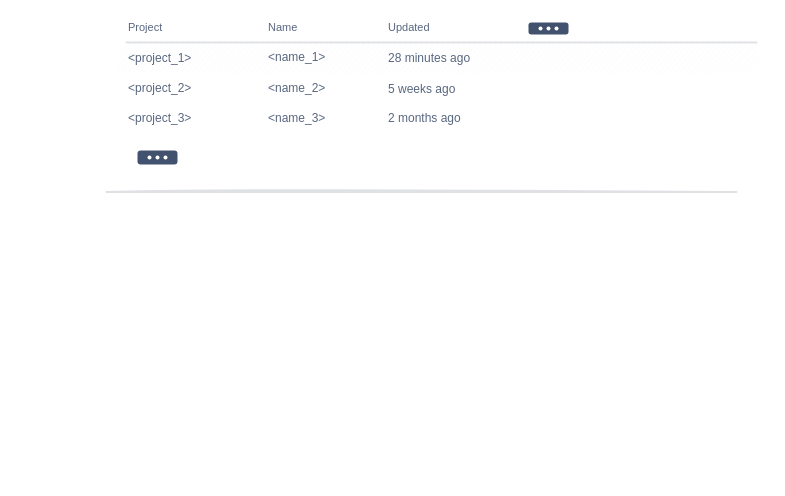
elghazi/drawings keeps this draw.io diagram as EsyDB/Untitled Diagram.drawio. Above is the earlier version. Source tidied: cells renumbered, new cells numbered last; positions are measured from the earlier drawing's top-left corner, leaving out a move shared by most shapes. Both pictures are drawn from the tidied source at 100%, with x=0, y=0 at pixel (106, 17).
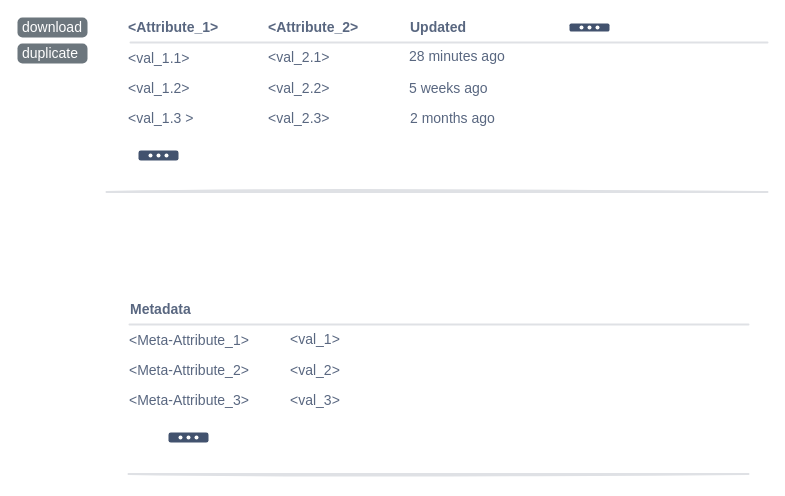
After the change.

The edit, as a diff of the source:
```diff
@@
-    <mxCell id="2" value="Project" style="html=1;fillColor=none;strokeColor=none;fontSize=11;align=left;fontColor=#596780;whiteSpace=wrap;sketch=1;hachureGap=4;fontFamily=Helvetica;" parent="1" vertex="1">
-      <mxGeometry x="20" width="150" height="20" as="geometry" />
+    <mxCell id="2" value="&amp;lt;Attribute_1&amp;gt;" style="html=1;fillColor=none;strokeColor=none;fontSize=14;align=left;fontColor=#596780;whiteSpace=wrap;sketch=1;hachureGap=4;fontFamily=Helvetica;fontStyle=1;" parent="1" vertex="1">
+      <mxGeometry x="20" width="100" height="20" as="geometry" />
     </mxCell>
-    <mxCell id="3" value="Name" style="html=1;fillColor=none;strokeColor=none;fontSize=11;align=left;fontColor=#596780;whiteSpace=wrap;sketch=1;hachureGap=4;fontFamily=Helvetica;" parent="1" vertex="1">
-      <mxGeometry x="160" width="40" height="20" as="geometry" />
-    </mxCell>
-    <mxCell id="4" value="Updated" style="html=1;fillColor=none;strokeColor=none;fontSize=11;align=left;fontColor=#596780;whiteSpace=wrap;sketch=1;hachureGap=4;fontFamily=Helvetica;" parent="1" vertex="1">
-      <mxGeometry x="280" width="90" height="20" as="geometry" />
+    <mxCell id="4" value="Updated" style="html=1;fillColor=none;strokeColor=none;fontSize=14;align=left;fontColor=#596780;whiteSpace=wrap;sketch=1;hachureGap=4;fontFamily=Helvetica;fontStyle=1;" parent="1" vertex="1">
+      <mxGeometry x="302" width="90" height="20" as="geometry" />
     </mxCell>
-    <mxCell id="5" style="shape=line;strokeWidth=2;html=1;strokeColor=#DFE1E5;sketch=1;hachureGap=4;fontFamily=Helvetica;fontSize=20;" parent="1" vertex="1">
-      <mxGeometry x="20" y="20" width="630" height="10" as="geometry" />
+    <mxCell id="5" style="shape=line;strokeWidth=2;html=1;strokeColor=#DFE1E5;sketch=1;hachureGap=4;fontFamily=Helvetica;fontSize=14;" parent="1" vertex="1">
+      <mxGeometry x="24" y="20" width="637" height="10" as="geometry" />
     </mxCell>
-    <mxCell id="6" style="strokeColor=none;fillColor=#FAFBFC;html=1;sketch=1;hachureGap=4;fontFamily=Helvetica;fontSize=20;" parent="1" vertex="1">
-      <mxGeometry x="10" y="26" width="640" height="30" as="geometry" />
-    </mxCell>
-    <mxCell id="7" value="&amp;lt;project_1&amp;gt;" style="strokeColor=none;fillColor=none;fontSize=12;fontColor=#596780;align=left;html=1;sketch=1;hachureGap=4;fontFamily=Helvetica;" parent="1" vertex="1">
+    <mxCell id="7" value="&amp;lt;val_1.1&amp;gt;" style="strokeColor=none;fillColor=none;fontSize=14;fontColor=#596780;align=left;html=1;sketch=1;hachureGap=4;fontFamily=Helvetica;" parent="1" vertex="1">
       <mxGeometry x="20" y="31" width="100" height="20" as="geometry" />
     </mxCell>
-    <mxCell id="8" value="28 minutes ago" style="strokeColor=none;fillColor=none;fontSize=12;fontColor=#596780;align=left;html=1;sketch=1;hachureGap=4;fontFamily=Helvetica;" parent="1" vertex="1">
-      <mxGeometry x="280" y="31" width="80" height="20" as="geometry" />
+    <mxCell id="8" value="28 minutes ago" style="strokeColor=none;fillColor=none;fontSize=14;fontColor=#596780;align=left;html=1;sketch=1;hachureGap=4;fontFamily=Helvetica;" parent="1" vertex="1">
+      <mxGeometry x="301" y="30" width="80" height="18" as="geometry" />
     </mxCell>
-    <mxCell id="9" value="&amp;lt;project_2&amp;gt;" style="strokeColor=none;fillColor=none;fontSize=12;fontColor=#596780;align=left;html=1;sketch=1;hachureGap=4;fontFamily=Helvetica;" parent="1" vertex="1">
+    <mxCell id="9" value="&amp;lt;val_1.2&amp;gt;" style="strokeColor=none;fillColor=none;fontSize=14;fontColor=#596780;align=left;html=1;sketch=1;hachureGap=4;fontFamily=Helvetica;" parent="1" vertex="1">
       <mxGeometry x="20" y="61" width="100" height="20" as="geometry" />
     </mxCell>
-    <mxCell id="10" value="5 weeks ago" style="strokeColor=none;fillColor=none;fontSize=12;fontColor=#596780;align=left;html=1;sketch=1;hachureGap=4;fontFamily=Helvetica;" parent="1" vertex="1">
-      <mxGeometry x="280" y="62" width="80" height="20" as="geometry" />
+    <mxCell id="10" value="5 weeks ago" style="strokeColor=none;fillColor=none;fontSize=14;fontColor=#596780;align=left;html=1;sketch=1;hachureGap=4;fontFamily=Helvetica;" parent="1" vertex="1">
+      <mxGeometry x="301" y="61" width="80" height="20" as="geometry" />
     </mxCell>
-    <mxCell id="11" value="&amp;lt;project_3&amp;gt;" style="strokeColor=none;fillColor=none;fontSize=12;fontColor=#596780;align=left;html=1;sketch=1;hachureGap=4;fontFamily=Helvetica;" parent="1" vertex="1">
+    <mxCell id="11" value="&amp;lt;val_1.3&lt;span style=&quot;white-space: pre; font-size: 14px;&quot;&gt; &lt;/span&gt;&amp;gt;" style="strokeColor=none;fillColor=none;fontSize=14;fontColor=#596780;align=left;html=1;sketch=1;hachureGap=4;fontFamily=Helvetica;" parent="1" vertex="1">
       <mxGeometry x="20" y="91" width="100" height="20" as="geometry" />
     </mxCell>
-    <mxCell id="12" value="2 months ago" style="strokeColor=none;fillColor=none;fontSize=12;fontColor=#596780;align=left;html=1;sketch=1;hachureGap=4;fontFamily=Helvetica;" parent="1" vertex="1">
-      <mxGeometry x="280" y="91" width="80" height="20" as="geometry" />
+    <mxCell id="12" value="2 months ago" style="strokeColor=none;fillColor=none;fontSize=14;fontColor=#596780;align=left;html=1;sketch=1;hachureGap=4;fontFamily=Helvetica;" parent="1" vertex="1">
+      <mxGeometry x="302" y="91" width="80" height="20" as="geometry" />
     </mxCell>
-    <mxCell id="13" style="shape=line;strokeWidth=2;html=1;strokeColor=#DFE1E5;sketch=1;hachureGap=4;fontFamily=Helvetica;fontSize=20;" parent="1" vertex="1">
-      <mxGeometry y="170" width="630" height="9" as="geometry" />
+    <mxCell id="13" style="shape=line;strokeWidth=2;html=1;strokeColor=#DFE1E5;sketch=1;hachureGap=4;fontFamily=Helvetica;fontSize=14;" parent="1" vertex="1">
+      <mxGeometry y="170" width="661" height="9" as="geometry" />
     </mxCell>
-    <mxCell id="14" value="&amp;lt;name_1&amp;gt;" style="strokeColor=none;fillColor=none;fontSize=12;fontColor=#596780;align=left;html=1;sketch=1;hachureGap=4;fontFamily=Helvetica;" parent="1" vertex="1">
+    <mxCell id="14" value="&amp;lt;val_2.1&amp;gt;" style="strokeColor=none;fillColor=none;fontSize=14;fontColor=#596780;align=left;html=1;sketch=1;hachureGap=4;fontFamily=Helvetica;" parent="1" vertex="1">
       <mxGeometry x="160" y="30" width="100" height="20" as="geometry" />
     </mxCell>
-    <mxCell id="15" value="&amp;lt;name_2&amp;gt;" style="strokeColor=none;fillColor=none;fontSize=12;fontColor=#596780;align=left;html=1;sketch=1;hachureGap=4;fontFamily=Helvetica;" parent="1" vertex="1">
+    <mxCell id="15" value="&amp;lt;val_2.2&amp;gt;" style="strokeColor=none;fillColor=none;fontSize=14;fontColor=#596780;align=left;html=1;sketch=1;hachureGap=4;fontFamily=Helvetica;" parent="1" vertex="1">
       <mxGeometry x="160" y="61" width="100" height="20" as="geometry" />
     </mxCell>
-    <mxCell id="16" value="&amp;lt;name_3&amp;gt;" style="strokeColor=none;fillColor=none;fontSize=12;fontColor=#596780;align=left;html=1;sketch=1;hachureGap=4;fontFamily=Helvetica;" parent="1" vertex="1">
+    <mxCell id="16" value="&amp;lt;val_2.3&amp;gt;" style="strokeColor=none;fillColor=none;fontSize=14;fontColor=#596780;align=left;html=1;sketch=1;hachureGap=4;fontFamily=Helvetica;" parent="1" vertex="1">
       <mxGeometry x="160" y="91" width="100" height="20" as="geometry" />
     </mxCell>
-    <mxCell id="17" style="rounded=1;arcSize=23;fillColor=#42526E;strokeColor=none;sketch=0;hachureGap=4;fontFamily=Helvetica;fontSize=20;" parent="1" vertex="1">
-      <mxGeometry x="422" y="5" width="40" height="12" as="geometry" />
+    <mxCell id="17" style="rounded=1;arcSize=23;fillColor=#42526E;strokeColor=none;sketch=0;hachureGap=4;fontFamily=Helvetica;fontSize=14;" parent="1" vertex="1">
+      <mxGeometry x="463" y="6" width="40" height="8" as="geometry" />
     </mxCell>
-    <mxCell id="18" style="shape=ellipse;fillColor=#ffffff;strokeColor=none;html=1;sketch=0;hachureGap=4;fontFamily=Helvetica;fontSize=20;" parent="17" vertex="1">
+    <mxCell id="18" style="shape=ellipse;fillColor=#ffffff;strokeColor=none;html=1;sketch=0;hachureGap=4;fontFamily=Helvetica;fontSize=14;" parent="17" vertex="1">
       <mxGeometry x="0.5" y="0.5" width="4" height="4" relative="1" as="geometry">
         <mxPoint x="-10" y="-2" as="offset" />
       </mxGeometry>
     </mxCell>
-    <mxCell id="19" style="shape=ellipse;fillColor=#ffffff;strokeColor=none;html=1;sketch=0;hachureGap=4;fontFamily=Helvetica;fontSize=20;" parent="17" vertex="1">
+    <mxCell id="19" style="shape=ellipse;fillColor=#ffffff;strokeColor=none;html=1;sketch=0;hachureGap=4;fontFamily=Helvetica;fontSize=14;" parent="17" vertex="1">
       <mxGeometry x="0.5" y="0.5" width="4" height="4" relative="1" as="geometry">
         <mxPoint x="-2" y="-2" as="offset" />
       </mxGeometry>
     </mxCell>
-    <mxCell id="20" style="shape=ellipse;fillColor=#ffffff;strokeColor=none;html=1;sketch=0;hachureGap=4;fontFamily=Helvetica;fontSize=20;" parent="17" vertex="1">
+    <mxCell id="20" style="shape=ellipse;fillColor=#ffffff;strokeColor=none;html=1;sketch=0;hachureGap=4;fontFamily=Helvetica;fontSize=14;" parent="17" vertex="1">
       <mxGeometry x="0.5" y="0.5" width="4" height="4" relative="1" as="geometry">
         <mxPoint x="6" y="-2" as="offset" />
       </mxGeometry>
     </mxCell>
-    <mxCell id="21" style="rounded=1;arcSize=23;fillColor=#42526E;strokeColor=none;sketch=0;hachureGap=4;fontFamily=Helvetica;fontSize=20;" parent="1" vertex="1">
-      <mxGeometry x="31" y="133" width="40" height="14" as="geometry" />
+    <mxCell id="21" style="rounded=1;arcSize=23;fillColor=#42526E;strokeColor=none;sketch=0;hachureGap=4;fontFamily=Helvetica;fontSize=14;" parent="1" vertex="1">
+      <mxGeometry x="32" y="133" width="40" height="10" as="geometry" />
     </mxCell>
-    <mxCell id="22" style="shape=ellipse;fillColor=#ffffff;strokeColor=none;html=1;sketch=0;hachureGap=4;fontFamily=Helvetica;fontSize=20;" parent="21" vertex="1">
+    <mxCell id="22" style="shape=ellipse;fillColor=#ffffff;strokeColor=none;html=1;sketch=0;hachureGap=4;fontFamily=Helvetica;fontSize=14;" parent="21" vertex="1">
       <mxGeometry x="0.5" y="0.5" width="4" height="4" relative="1" as="geometry">
         <mxPoint x="-10" y="-2" as="offset" />
       </mxGeometry>
     </mxCell>
-    <mxCell id="23" style="shape=ellipse;fillColor=#ffffff;strokeColor=none;html=1;sketch=0;hachureGap=4;fontFamily=Helvetica;fontSize=20;" parent="21" vertex="1">
+    <mxCell id="23" style="shape=ellipse;fillColor=#ffffff;strokeColor=none;html=1;sketch=0;hachureGap=4;fontFamily=Helvetica;fontSize=14;" parent="21" vertex="1">
       <mxGeometry x="0.5" y="0.5" width="4" height="4" relative="1" as="geometry">
         <mxPoint x="-2" y="-2" as="offset" />
       </mxGeometry>
     </mxCell>
-    <mxCell id="24" style="shape=ellipse;fillColor=#ffffff;strokeColor=none;html=1;sketch=0;hachureGap=4;fontFamily=Helvetica;fontSize=20;" parent="21" vertex="1">
+    <mxCell id="24" style="shape=ellipse;fillColor=#ffffff;strokeColor=none;html=1;sketch=0;hachureGap=4;fontFamily=Helvetica;fontSize=14;" parent="21" vertex="1">
       <mxGeometry x="0.5" y="0.5" width="4" height="4" relative="1" as="geometry">
         <mxPoint x="6" y="-2" as="offset" />
       </mxGeometry>
     </mxCell>
+    <mxCell id="25" value="&amp;lt;Attribute_2&amp;gt;" style="html=1;fillColor=none;strokeColor=none;fontSize=14;align=left;fontColor=#596780;whiteSpace=wrap;sketch=1;hachureGap=4;fontFamily=Helvetica;fontStyle=1;" parent="1" vertex="1">
+      <mxGeometry x="160" width="100" height="20" as="geometry" />
+    </mxCell>
+    <mxCell id="26" value="download" style="html=1;shadow=0;dashed=0;shape=mxgraph.bootstrap.rrect;rSize=5;strokeColor=none;strokeWidth=1;fillColor=#6C767D;fontColor=#FFFFFF;whiteSpace=wrap;align=left;verticalAlign=middle;spacingLeft=0;fontStyle=0;fontSize=14;spacing=5;fontFamily=Helvetica;" parent="1" vertex="1">
+      <mxGeometry x="-89" width="70" height="20" as="geometry" />
+    </mxCell>
+    <mxCell id="27" value="duplicate" style="html=1;shadow=0;dashed=0;shape=mxgraph.bootstrap.rrect;rSize=5;strokeColor=none;strokeWidth=1;fillColor=#6C767D;fontColor=#FFFFFF;whiteSpace=wrap;align=left;verticalAlign=middle;spacingLeft=0;fontStyle=0;fontSize=14;spacing=5;fontFamily=Helvetica;" parent="1" vertex="1">
+      <mxGeometry x="-89" y="26" width="70" height="20" as="geometry" />
+    </mxCell>
+    <mxCell id="28" value="Metadata" style="html=1;fillColor=none;strokeColor=none;fontSize=14;align=left;fontColor=#596780;whiteSpace=wrap;sketch=1;hachureGap=4;fontFamily=Helvetica;fontStyle=1;" parent="1" vertex="1">
+      <mxGeometry x="22" y="282" width="100" height="20" as="geometry" />
+    </mxCell>
+    <mxCell id="29" style="shape=line;strokeWidth=2;html=1;strokeColor=#DFE1E5;sketch=1;hachureGap=4;fontFamily=Helvetica;fontSize=14;" parent="1" vertex="1">
+      <mxGeometry x="23" y="302" width="619" height="10" as="geometry" />
+    </mxCell>
+    <mxCell id="30" value="&amp;lt;Meta-Attribute_1&amp;gt;" style="strokeColor=none;fillColor=none;fontSize=14;fontColor=#596780;align=left;html=1;sketch=1;hachureGap=4;fontFamily=Helvetica;" parent="1" vertex="1">
+      <mxGeometry x="21" y="313" width="141" height="20" as="geometry" />
+    </mxCell>
+    <mxCell id="31" value="&amp;lt;Meta-Attribute_2&amp;gt;" style="strokeColor=none;fillColor=none;fontSize=14;fontColor=#596780;align=left;html=1;sketch=1;hachureGap=4;fontFamily=Helvetica;" parent="1" vertex="1">
+      <mxGeometry x="21" y="343" width="141" height="20" as="geometry" />
+    </mxCell>
+    <mxCell id="32" value="&amp;lt;Meta-Attribute_3&amp;gt;" style="strokeColor=none;fillColor=none;fontSize=14;fontColor=#596780;align=left;html=1;sketch=1;hachureGap=4;fontFamily=Helvetica;" parent="1" vertex="1">
+      <mxGeometry x="21" y="373" width="141" height="20" as="geometry" />
+    </mxCell>
+    <mxCell id="33" style="shape=line;strokeWidth=2;html=1;strokeColor=#DFE1E5;sketch=1;hachureGap=4;fontFamily=Helvetica;fontSize=14;" parent="1" vertex="1">
+      <mxGeometry x="22" y="452" width="620" height="9" as="geometry" />
+    </mxCell>
+    <mxCell id="34" value="&amp;lt;val_1&amp;gt;" style="strokeColor=none;fillColor=none;fontSize=14;fontColor=#596780;align=left;html=1;sketch=1;hachureGap=4;fontFamily=Helvetica;" parent="1" vertex="1">
+      <mxGeometry x="182" y="312" width="100" height="20" as="geometry" />
+    </mxCell>
+    <mxCell id="35" value="&amp;lt;val_2&amp;gt;" style="strokeColor=none;fillColor=none;fontSize=14;fontColor=#596780;align=left;html=1;sketch=1;hachureGap=4;fontFamily=Helvetica;" parent="1" vertex="1">
+      <mxGeometry x="182" y="343" width="100" height="20" as="geometry" />
+    </mxCell>
+    <mxCell id="36" value="&amp;lt;val_3&amp;gt;" style="strokeColor=none;fillColor=none;fontSize=14;fontColor=#596780;align=left;html=1;sketch=1;hachureGap=4;fontFamily=Helvetica;" parent="1" vertex="1">
+      <mxGeometry x="182" y="373" width="100" height="20" as="geometry" />
+    </mxCell>
+    <mxCell id="37" style="rounded=1;arcSize=23;fillColor=#42526E;strokeColor=none;sketch=0;hachureGap=4;fontFamily=Helvetica;fontSize=14;" parent="1" vertex="1">
+      <mxGeometry x="62" y="415" width="40" height="10" as="geometry" />
+    </mxCell>
+    <mxCell id="38" style="shape=ellipse;fillColor=#ffffff;strokeColor=none;html=1;sketch=0;hachureGap=4;fontFamily=Helvetica;fontSize=14;" parent="37" vertex="1">
+      <mxGeometry x="0.5" y="0.5" width="4" height="4" relative="1" as="geometry">
+        <mxPoint x="-10" y="-2" as="offset" />
+      </mxGeometry>
+    </mxCell>
+    <mxCell id="39" style="shape=ellipse;fillColor=#ffffff;strokeColor=none;html=1;sketch=0;hachureGap=4;fontFamily=Helvetica;fontSize=14;" parent="37" vertex="1">
+      <mxGeometry x="0.5" y="0.5" width="4" height="4" relative="1" as="geometry">
+        <mxPoint x="-2" y="-2" as="offset" />
+      </mxGeometry>
+    </mxCell>
+    <mxCell id="40" style="shape=ellipse;fillColor=#ffffff;strokeColor=none;html=1;sketch=0;hachureGap=4;fontFamily=Helvetica;fontSize=14;" parent="37" vertex="1">
+      <mxGeometry x="0.5" y="0.5" width="4" height="4" relative="1" as="geometry">
+        <mxPoint x="6" y="-2" as="offset" />
+      </mxGeometry>
+    </mxCell>
```
